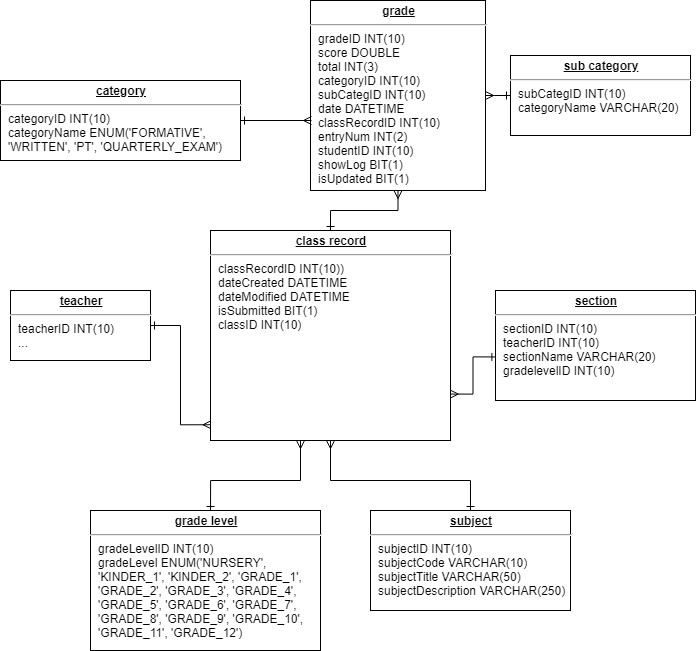
This is SP/Class-Record.png from blankart/dhla-web-app, a draw.io export, as it was before one commit. Source tidied: cells renumbered, new cells last; positions are measured from the earlier drawing's top-left corner, leaving out a move shared by most shapes.
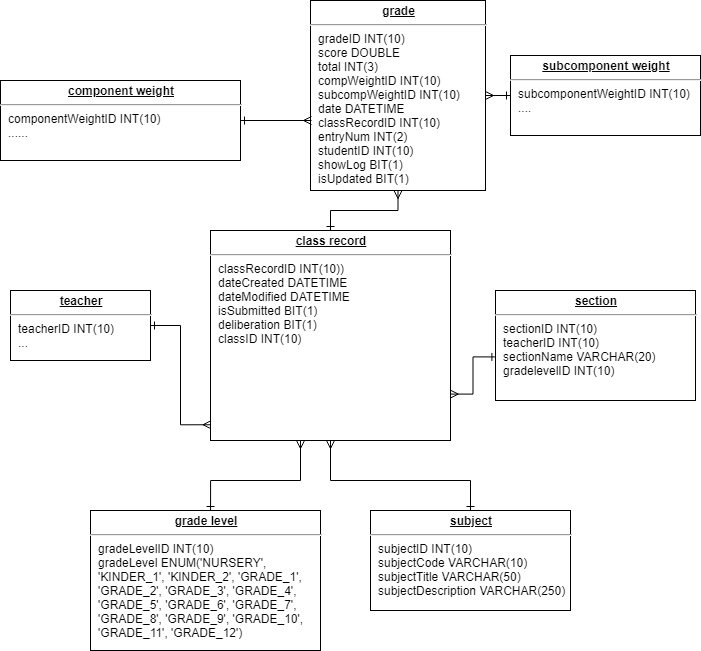
After the change.

Diff of the diagram source:
```diff
@@ -2,16 +2,16 @@
   <root>
     <mxCell id="0" />
     <mxCell id="1" parent="0" />
-    <mxCell id="2" value="&lt;p style=&quot;margin: 0px ; margin-top: 4px ; text-align: center ; text-decoration: underline&quot;&gt;&lt;b&gt;class record&lt;/b&gt;&lt;/p&gt;&lt;hr&gt;&lt;p style=&quot;margin: 0px ; margin-left: 8px&quot;&gt;classRecordID INT(10)&lt;span&gt;)&lt;/span&gt;&lt;/p&gt;&lt;p style=&quot;margin: 0px ; margin-left: 8px&quot;&gt;dateCreated DATETIME&lt;/p&gt;&lt;p style=&quot;margin: 0px ; margin-left: 8px&quot;&gt;dateModified DATETIME&lt;/p&gt;&lt;p style=&quot;margin: 0px ; margin-left: 8px&quot;&gt;isSubmitted BIT(1)&lt;/p&gt;&lt;p style=&quot;margin: 0px ; margin-left: 8px&quot;&gt;classID INT(10)&lt;/p&gt;" style="verticalAlign=top;align=left;overflow=fill;fontSize=12;fontFamily=Helvetica;html=1;rounded=0;shadow=0;comic=0;labelBackgroundColor=none;strokeColor=#000000;strokeWidth=1;fillColor=#ffffff;" parent="1" vertex="1">
+    <mxCell id="2" value="&lt;p style=&quot;margin: 0px ; margin-top: 4px ; text-align: center ; text-decoration: underline&quot;&gt;&lt;b&gt;class record&lt;/b&gt;&lt;/p&gt;&lt;hr&gt;&lt;p style=&quot;margin: 0px ; margin-left: 8px&quot;&gt;classRecordID INT(10)&lt;span&gt;)&lt;/span&gt;&lt;/p&gt;&lt;p style=&quot;margin: 0px ; margin-left: 8px&quot;&gt;dateCreated DATETIME&lt;/p&gt;&lt;p style=&quot;margin: 0px ; margin-left: 8px&quot;&gt;dateModified DATETIME&lt;/p&gt;&lt;p style=&quot;margin: 0px ; margin-left: 8px&quot;&gt;isSubmitted BIT(1)&lt;/p&gt;&lt;p style=&quot;margin: 0px ; margin-left: 8px&quot;&gt;deliberation BIT(1)&lt;/p&gt;&lt;p style=&quot;margin: 0px ; margin-left: 8px&quot;&gt;classID INT(10)&lt;/p&gt;" style="verticalAlign=top;align=left;overflow=fill;fontSize=12;fontFamily=Helvetica;html=1;rounded=0;shadow=0;comic=0;labelBackgroundColor=none;strokeColor=#000000;strokeWidth=1;fillColor=#ffffff;" parent="1" vertex="1">
       <mxGeometry x="210" y="230" width="240" height="210" as="geometry" />
     </mxCell>
-    <mxCell id="3" value="&lt;p style=&quot;margin: 0px ; margin-top: 4px ; text-align: center ; text-decoration: underline&quot;&gt;&lt;b&gt;grade&lt;/b&gt;&lt;/p&gt;&lt;hr&gt;&lt;p style=&quot;margin: 0px ; margin-left: 8px&quot;&gt;gradeID INT(10)&lt;/p&gt;&lt;p style=&quot;margin: 0px ; margin-left: 8px&quot;&gt;score DOUBLE&lt;/p&gt;&lt;p style=&quot;margin: 0px ; margin-left: 8px&quot;&gt;total INT(3)&lt;/p&gt;&lt;p style=&quot;margin: 0px ; margin-left: 8px&quot;&gt;categoryID INT(10)&lt;/p&gt;&lt;p style=&quot;margin: 0px ; margin-left: 8px&quot;&gt;subCategID&lt;span&gt;&amp;nbsp;INT(10)&lt;/span&gt;&lt;/p&gt;&lt;p style=&quot;margin: 0px ; margin-left: 8px&quot;&gt;date DATETIME&lt;/p&gt;&lt;p style=&quot;margin: 0px ; margin-left: 8px&quot;&gt;classRecordID INT(10)&lt;/p&gt;&lt;p style=&quot;margin: 0px ; margin-left: 8px&quot;&gt;entryNum INT(2)&lt;/p&gt;&lt;p style=&quot;margin: 0px ; margin-left: 8px&quot;&gt;studentID INT(10)&lt;/p&gt;&lt;p style=&quot;margin: 0px ; margin-left: 8px&quot;&gt;showLog BIT(1)&lt;/p&gt;&lt;p style=&quot;margin: 0px ; margin-left: 8px&quot;&gt;isUpdated BIT(1)&lt;/p&gt;" style="verticalAlign=top;align=left;overflow=fill;fontSize=12;fontFamily=Helvetica;html=1;rounded=0;shadow=0;comic=0;labelBackgroundColor=none;strokeColor=#000000;strokeWidth=1;fillColor=#ffffff;" parent="1" vertex="1">
+    <mxCell id="3" value="&lt;p style=&quot;margin: 0px ; margin-top: 4px ; text-align: center ; text-decoration: underline&quot;&gt;&lt;b&gt;grade&lt;/b&gt;&lt;/p&gt;&lt;hr&gt;&lt;p style=&quot;margin: 0px ; margin-left: 8px&quot;&gt;gradeID INT(10)&lt;/p&gt;&lt;p style=&quot;margin: 0px ; margin-left: 8px&quot;&gt;score DOUBLE&lt;/p&gt;&lt;p style=&quot;margin: 0px ; margin-left: 8px&quot;&gt;total INT(3)&lt;/p&gt;&lt;p style=&quot;margin: 0px ; margin-left: 8px&quot;&gt;compWeightID INT(10)&lt;/p&gt;&lt;p style=&quot;margin: 0px ; margin-left: 8px&quot;&gt;subcompWeightID&lt;span&gt;&amp;nbsp;INT(10)&lt;/span&gt;&lt;/p&gt;&lt;p style=&quot;margin: 0px ; margin-left: 8px&quot;&gt;date DATETIME&lt;/p&gt;&lt;p style=&quot;margin: 0px ; margin-left: 8px&quot;&gt;classRecordID INT(10)&lt;/p&gt;&lt;p style=&quot;margin: 0px ; margin-left: 8px&quot;&gt;entryNum INT(2)&lt;/p&gt;&lt;p style=&quot;margin: 0px ; margin-left: 8px&quot;&gt;studentID INT(10)&lt;/p&gt;&lt;p style=&quot;margin: 0px ; margin-left: 8px&quot;&gt;showLog BIT(1)&lt;/p&gt;&lt;p style=&quot;margin: 0px ; margin-left: 8px&quot;&gt;isUpdated BIT(1)&lt;/p&gt;" style="verticalAlign=top;align=left;overflow=fill;fontSize=12;fontFamily=Helvetica;html=1;rounded=0;shadow=0;comic=0;labelBackgroundColor=none;strokeColor=#000000;strokeWidth=1;fillColor=#ffffff;" parent="1" vertex="1">
       <mxGeometry x="310" width="175" height="190" as="geometry" />
     </mxCell>
     <mxCell id="4" value="&lt;p style=&quot;margin: 0px ; margin-top: 4px ; text-align: center ; text-decoration: underline&quot;&gt;&lt;b&gt;grade level&lt;/b&gt;&lt;/p&gt;&lt;hr&gt;&lt;p style=&quot;margin: 0px ; margin-left: 8px&quot;&gt;gradeLevelID INT(10)&lt;/p&gt;&lt;p style=&quot;margin: 0px ; margin-left: 8px&quot;&gt;gradeLevel ENUM('NURSERY',&amp;nbsp;&lt;/p&gt;&lt;p style=&quot;margin: 0px ; margin-left: 8px&quot;&gt;'KINDER_1', 'KINDER_2', 'GRADE_1',&lt;/p&gt;&lt;p style=&quot;margin: 0px ; margin-left: 8px&quot;&gt;'GRADE_2', 'GRADE_3', 'GRADE_4',&lt;/p&gt;&lt;p style=&quot;margin: 0px ; margin-left: 8px&quot;&gt;'GRADE_5', 'GRADE_6', 'GRADE_7',&lt;/p&gt;&lt;p style=&quot;margin: 0px ; margin-left: 8px&quot;&gt;'GRADE_8', 'GRADE_9', 'GRADE_10',&lt;/p&gt;&lt;p style=&quot;margin: 0px ; margin-left: 8px&quot;&gt;'GRADE_11', 'GRADE_12')&lt;/p&gt;&lt;p style=&quot;margin: 0px ; margin-left: 8px&quot;&gt;&lt;br&gt;&lt;/p&gt;&lt;p style=&quot;margin: 0px ; margin-left: 8px&quot;&gt;&lt;br&gt;&lt;/p&gt;" style="verticalAlign=top;align=left;overflow=fill;fontSize=12;fontFamily=Helvetica;html=1;rounded=0;shadow=0;comic=0;labelBackgroundColor=none;strokeColor=#000000;strokeWidth=1;fillColor=#ffffff;" parent="1" vertex="1">
       <mxGeometry x="90" y="510" width="230" height="140" as="geometry" />
     </mxCell>
-    <mxCell id="5" value="&lt;p style=&quot;margin: 0px ; margin-top: 4px ; text-align: center ; text-decoration: underline&quot;&gt;&lt;b&gt;category&lt;/b&gt;&lt;/p&gt;&lt;hr&gt;&lt;p style=&quot;margin: 0px ; margin-left: 8px&quot;&gt;categoryID INT(10)&lt;/p&gt;&lt;p style=&quot;margin: 0px ; margin-left: 8px&quot;&gt;categoryName&amp;nbsp;&lt;span&gt;ENUM('FORMATIVE',&amp;nbsp;&lt;/span&gt;&lt;/p&gt;&lt;p style=&quot;margin: 0px 0px 0px 8px&quot;&gt;'WRITTEN', 'PT', 'QUARTERLY_EXAM')&lt;/p&gt;&lt;p style=&quot;margin: 0px ; margin-left: 8px&quot;&gt;&lt;br&gt;&lt;/p&gt;&lt;p style=&quot;margin: 0px ; margin-left: 8px&quot;&gt;&lt;br&gt;&lt;/p&gt;" style="verticalAlign=top;align=left;overflow=fill;fontSize=12;fontFamily=Helvetica;html=1;rounded=0;shadow=0;comic=0;labelBackgroundColor=none;strokeColor=#000000;strokeWidth=1;fillColor=#ffffff;" parent="1" vertex="1">
+    <mxCell id="5" value="&lt;p style=&quot;margin: 0px ; margin-top: 4px ; text-align: center ; text-decoration: underline&quot;&gt;&lt;b&gt;component weight&lt;/b&gt;&lt;/p&gt;&lt;hr&gt;&lt;p style=&quot;margin: 0px ; margin-left: 8px&quot;&gt;componentWeightID INT(10)&lt;/p&gt;&lt;p style=&quot;margin: 0px ; margin-left: 8px&quot;&gt;......&lt;/p&gt;&lt;p style=&quot;margin: 0px ; margin-left: 8px&quot;&gt;&lt;br&gt;&lt;/p&gt;&lt;p style=&quot;margin: 0px ; margin-left: 8px&quot;&gt;&lt;br&gt;&lt;/p&gt;" style="verticalAlign=top;align=left;overflow=fill;fontSize=12;fontFamily=Helvetica;html=1;rounded=0;shadow=0;comic=0;labelBackgroundColor=none;strokeColor=#000000;strokeWidth=1;fillColor=#ffffff;" parent="1" vertex="1">
       <mxGeometry y="80" width="240" height="80" as="geometry" />
     </mxCell>
     <mxCell id="6" value="&lt;p style=&quot;margin: 0px ; margin-top: 4px ; text-align: center ; text-decoration: underline&quot;&gt;&lt;b&gt;subject&lt;/b&gt;&lt;/p&gt;&lt;hr&gt;&lt;p style=&quot;margin: 0px ; margin-left: 8px&quot;&gt;subjectID INT(10)&lt;/p&gt;&lt;p style=&quot;margin: 0px ; margin-left: 8px&quot;&gt;subjectCode VARCHAR(10)&lt;/p&gt;&lt;p style=&quot;margin: 0px ; margin-left: 8px&quot;&gt;subjectTitle VARCHAR(50)&lt;/p&gt;&lt;p style=&quot;margin: 0px ; margin-left: 8px&quot;&gt;subjectDescription VARCHAR(250)&lt;/p&gt;&lt;p style=&quot;margin: 0px ; margin-left: 8px&quot;&gt;&lt;br&gt;&lt;/p&gt;&lt;p style=&quot;margin: 0px ; margin-left: 8px&quot;&gt;&lt;br&gt;&lt;/p&gt;&lt;p style=&quot;margin: 0px ; margin-left: 8px&quot;&gt;&lt;br&gt;&lt;/p&gt;&lt;p style=&quot;margin: 0px ; margin-left: 8px&quot;&gt;&lt;br&gt;&lt;/p&gt;&lt;p style=&quot;margin: 0px ; margin-left: 8px&quot;&gt;&lt;br&gt;&lt;/p&gt;" style="verticalAlign=top;align=left;overflow=fill;fontSize=12;fontFamily=Helvetica;html=1;rounded=0;shadow=0;comic=0;labelBackgroundColor=none;strokeColor=#000000;strokeWidth=1;fillColor=#ffffff;" parent="1" vertex="1">
@@ -53,8 +53,8 @@
         </Array>
       </mxGeometry>
     </mxCell>
-    <mxCell id="15" value="&lt;p style=&quot;margin: 0px ; margin-top: 4px ; text-align: center ; text-decoration: underline&quot;&gt;&lt;b&gt;sub category&lt;/b&gt;&lt;/p&gt;&lt;hr&gt;&lt;p style=&quot;margin: 0px ; margin-left: 8px&quot;&gt;&lt;span&gt;subCategID INT(10)&lt;/span&gt;&lt;br&gt;&lt;/p&gt;&lt;p style=&quot;margin: 0px ; margin-left: 8px&quot;&gt;&lt;span&gt;categoryName VARCHAR(20)&lt;/span&gt;&lt;/p&gt;&lt;p style=&quot;margin: 0px ; margin-left: 8px&quot;&gt;&lt;br&gt;&lt;/p&gt;&lt;p style=&quot;margin: 0px ; margin-left: 8px&quot;&gt;&lt;br&gt;&lt;/p&gt;" style="verticalAlign=top;align=left;overflow=fill;fontSize=12;fontFamily=Helvetica;html=1;rounded=0;shadow=0;comic=0;labelBackgroundColor=none;strokeColor=#000000;strokeWidth=1;fillColor=#ffffff;" parent="1" vertex="1">
-      <mxGeometry x="510" y="55" width="180" height="80" as="geometry" />
+    <mxCell id="15" value="&lt;p style=&quot;margin: 0px ; margin-top: 4px ; text-align: center ; text-decoration: underline&quot;&gt;&lt;b&gt;subcomponent weight&lt;/b&gt;&lt;/p&gt;&lt;hr&gt;&lt;p style=&quot;margin: 0px ; margin-left: 8px&quot;&gt;&lt;span&gt;subcomponentWeightID INT(10)&lt;/span&gt;&lt;/p&gt;&lt;p style=&quot;margin: 0px ; margin-left: 8px&quot;&gt;&lt;span&gt;....&lt;/span&gt;&lt;/p&gt;&lt;p style=&quot;margin: 0px ; margin-left: 8px&quot;&gt;&lt;br&gt;&lt;/p&gt;&lt;p style=&quot;margin: 0px ; margin-left: 8px&quot;&gt;&lt;br&gt;&lt;/p&gt;" style="verticalAlign=top;align=left;overflow=fill;fontSize=12;fontFamily=Helvetica;html=1;rounded=0;shadow=0;comic=0;labelBackgroundColor=none;strokeColor=#000000;strokeWidth=1;fillColor=#ffffff;" parent="1" vertex="1">
+      <mxGeometry x="510" y="55" width="190" height="80" as="geometry" />
     </mxCell>
     <mxCell id="16" style="endArrow=ERmany;html=1;edgeStyle=orthogonalEdgeStyle;rounded=0;exitX=0;exitY=0.5;exitDx=0;exitDy=0;startArrow=ERone;startFill=0;endFill=0;entryX=1;entryY=0.5;entryDx=0;entryDy=0;" parent="1" edge="1" source="15" target="3">
       <mxGeometry relative="1" as="geometry" />
```
